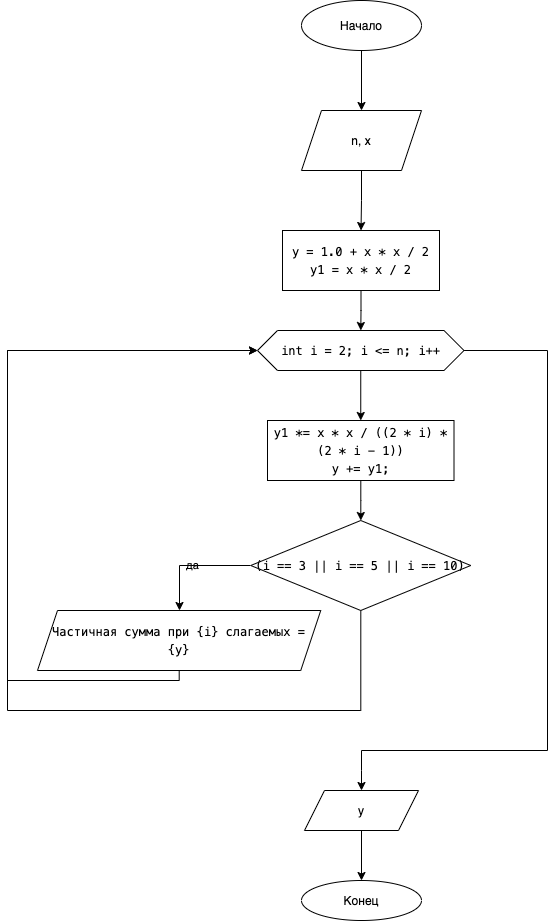
qqq-Homeworks/lab-3-PogrammingBasics keeps this draw.io diagram as scheme/scheme4.png. Above is the earlier version. Source tidied: cells renumbered, new cells last; positions are measured from the earlier drawing's top-left corner, leaving out a move shared by most shapes. Source of this version:
```xml
<mxGraphModel>
  <root>
    <mxCell id="0" />
    <mxCell id="1" parent="0" />
    <mxCell id="2" style="edgeStyle=orthogonalEdgeStyle;rounded=0;jettySize=auto;html=1;labelBackgroundColor=none;" parent="1" edge="1" source="3" target="5">
      <mxGeometry relative="1" as="geometry" />
    </mxCell>
    <mxCell id="3" value="Начало" style="ellipse;whiteSpace=wrap;html=1;labelBackgroundColor=none;" parent="1" vertex="1">
      <mxGeometry x="294" width="120" height="50" as="geometry" />
    </mxCell>
    <mxCell id="4" style="edgeStyle=orthogonalEdgeStyle;rounded=0;jettySize=auto;html=1;labelBackgroundColor=none;" parent="1" edge="1" source="5" target="7">
      <mxGeometry relative="1" as="geometry" />
    </mxCell>
    <mxCell id="5" value="n, x" style="shape=parallelogram;perimeter=parallelogramPerimeter;whiteSpace=wrap;html=1;fixedSize=1;labelBackgroundColor=none;" parent="1" vertex="1">
      <mxGeometry x="294" y="110" width="120" height="60" as="geometry" />
    </mxCell>
    <mxCell id="6" style="edgeStyle=orthogonalEdgeStyle;rounded=0;jettySize=auto;html=1;labelBackgroundColor=none;" parent="1" edge="1" source="7" target="10">
      <mxGeometry relative="1" as="geometry" />
    </mxCell>
    <mxCell id="7" value="&lt;div style=&quot;font-family: menlo, monaco, &amp;quot;courier new&amp;quot;, monospace; font-weight: normal; font-size: 12px; line-height: 18px;&quot;&gt;&lt;div&gt;&lt;span style=&quot;&quot;&gt; &lt;/span&gt;&lt;span style=&quot;&quot;&gt;y&lt;/span&gt;&lt;span style=&quot;&quot;&gt; &lt;/span&gt;&lt;span style=&quot;&quot;&gt;=&lt;/span&gt;&lt;span style=&quot;&quot;&gt; &lt;/span&gt;&lt;span style=&quot;&quot;&gt;1.0&lt;/span&gt;&lt;span style=&quot;&quot;&gt; &lt;/span&gt;&lt;span style=&quot;&quot;&gt;+&lt;/span&gt;&lt;span style=&quot;&quot;&gt; &lt;/span&gt;&lt;span style=&quot;&quot;&gt;x&lt;/span&gt;&lt;span style=&quot;&quot;&gt; &lt;/span&gt;&lt;span style=&quot;&quot;&gt;*&lt;/span&gt;&lt;span style=&quot;&quot;&gt; &lt;/span&gt;&lt;span style=&quot;&quot;&gt;x&lt;/span&gt;&lt;span style=&quot;&quot;&gt; &lt;/span&gt;&lt;span style=&quot;&quot;&gt;/&lt;/span&gt;&lt;span style=&quot;&quot;&gt; &lt;/span&gt;&lt;span style=&quot;&quot;&gt;2&lt;br&gt;&lt;/span&gt;&lt;div style=&quot;font-family: &amp;quot;menlo&amp;quot; , &amp;quot;monaco&amp;quot; , &amp;quot;courier new&amp;quot; , monospace ; line-height: 18px&quot;&gt;&lt;span style=&quot;&quot;&gt;y1&lt;/span&gt; &lt;span style=&quot;&quot;&gt;=&lt;/span&gt; &lt;span style=&quot;&quot;&gt;x&lt;/span&gt; &lt;span style=&quot;&quot;&gt;*&lt;/span&gt; &lt;span style=&quot;&quot;&gt;x&lt;/span&gt; &lt;span style=&quot;&quot;&gt;/&lt;/span&gt; &lt;span style=&quot;&quot;&gt;2&lt;/span&gt;&lt;/div&gt;&lt;/div&gt;&lt;/div&gt;" style="whiteSpace=wrap;html=1;labelBackgroundColor=none;" parent="1" vertex="1">
      <mxGeometry x="275" y="230" width="157" height="60" as="geometry" />
    </mxCell>
    <mxCell id="8" style="edgeStyle=orthogonalEdgeStyle;rounded=0;jettySize=auto;html=1;labelBackgroundColor=none;" parent="1" edge="1" source="10" target="12">
      <mxGeometry relative="1" as="geometry" />
    </mxCell>
    <mxCell id="9" style="edgeStyle=orthogonalEdgeStyle;rounded=0;jettySize=auto;html=1;entryX=0.5;entryY=0;entryDx=0;entryDy=0;labelBackgroundColor=none;" parent="1" edge="1" source="10" target="19">
      <mxGeometry relative="1" as="geometry">
        <Array as="points">
          <mxPoint x="540" y="350" />
          <mxPoint x="540" y="750" />
          <mxPoint x="354" y="750" />
          <mxPoint x="354" y="770" />
        </Array>
      </mxGeometry>
    </mxCell>
    <mxCell id="10" value="&lt;meta charset=&quot;utf-8&quot;&gt;&lt;div style=&quot;font-family: menlo, monaco, &amp;quot;courier new&amp;quot;, monospace; font-weight: normal; font-size: 12px; line-height: 18px;&quot;&gt;&lt;div&gt;&lt;span style=&quot;&quot;&gt;int&lt;/span&gt;&lt;span style=&quot;&quot;&gt; &lt;/span&gt;&lt;span style=&quot;&quot;&gt;i&lt;/span&gt;&lt;span style=&quot;&quot;&gt; &lt;/span&gt;&lt;span style=&quot;&quot;&gt;=&lt;/span&gt;&lt;span style=&quot;&quot;&gt; &lt;/span&gt;&lt;span style=&quot;&quot;&gt;2&lt;/span&gt;&lt;span style=&quot;&quot;&gt;; &lt;/span&gt;&lt;span style=&quot;&quot;&gt;i&lt;/span&gt;&lt;span style=&quot;&quot;&gt; &lt;/span&gt;&lt;span style=&quot;&quot;&gt;&amp;lt;=&lt;/span&gt;&lt;span style=&quot;&quot;&gt; &lt;/span&gt;&lt;span style=&quot;&quot;&gt;n&lt;/span&gt;&lt;span style=&quot;&quot;&gt;; &lt;/span&gt;&lt;span style=&quot;&quot;&gt;i&lt;/span&gt;&lt;span style=&quot;&quot;&gt;++&lt;/span&gt;&lt;/div&gt;&lt;/div&gt;" style="shape=hexagon;perimeter=hexagonPerimeter2;whiteSpace=wrap;html=1;fixedSize=1;labelBackgroundColor=none;" parent="1" vertex="1">
      <mxGeometry x="250" y="330" width="206.5" height="40" as="geometry" />
    </mxCell>
    <mxCell id="11" style="edgeStyle=orthogonalEdgeStyle;rounded=0;jettySize=auto;html=1;labelBackgroundColor=none;" parent="1" edge="1" source="12" target="15">
      <mxGeometry relative="1" as="geometry" />
    </mxCell>
    <mxCell id="12" value="&lt;div style=&quot;font-family: menlo, monaco, &amp;quot;courier new&amp;quot;, monospace; font-weight: normal; font-size: 12px; line-height: 18px;&quot;&gt;&lt;div&gt;&lt;span style=&quot;&quot;&gt;y1&lt;/span&gt;&lt;span style=&quot;&quot;&gt; &lt;/span&gt;&lt;span style=&quot;&quot;&gt;*=&lt;/span&gt;&lt;span style=&quot;&quot;&gt; &lt;/span&gt;&lt;span style=&quot;&quot;&gt;x&lt;/span&gt;&lt;span style=&quot;&quot;&gt; &lt;/span&gt;&lt;span style=&quot;&quot;&gt;*&lt;/span&gt;&lt;span style=&quot;&quot;&gt; &lt;/span&gt;&lt;span style=&quot;&quot;&gt;x&lt;/span&gt;&lt;span style=&quot;&quot;&gt; &lt;/span&gt;&lt;span style=&quot;&quot;&gt;/&lt;/span&gt;&lt;span style=&quot;&quot;&gt; ((&lt;/span&gt;&lt;span style=&quot;&quot;&gt;2&lt;/span&gt;&lt;span style=&quot;&quot;&gt; &lt;/span&gt;&lt;span style=&quot;&quot;&gt;*&lt;/span&gt;&lt;span style=&quot;&quot;&gt; &lt;/span&gt;&lt;span style=&quot;&quot;&gt;i&lt;/span&gt;&lt;span style=&quot;&quot;&gt;) &lt;/span&gt;&lt;span style=&quot;&quot;&gt;*&lt;/span&gt;&lt;span style=&quot;&quot;&gt; (&lt;/span&gt;&lt;span style=&quot;&quot;&gt;2&lt;/span&gt;&lt;span style=&quot;&quot;&gt; &lt;/span&gt;&lt;span style=&quot;&quot;&gt;*&lt;/span&gt;&lt;span style=&quot;&quot;&gt; &lt;/span&gt;&lt;span style=&quot;&quot;&gt;i&lt;/span&gt;&lt;span style=&quot;&quot;&gt; &lt;/span&gt;&lt;span style=&quot;&quot;&gt;-&lt;/span&gt;&lt;span style=&quot;&quot;&gt; &lt;/span&gt;&lt;span style=&quot;&quot;&gt;1&lt;/span&gt;&lt;span style=&quot;&quot;&gt;))&lt;br&gt;&lt;/span&gt;&lt;div style=&quot;font-family: &amp;quot;menlo&amp;quot; , &amp;quot;monaco&amp;quot; , &amp;quot;courier new&amp;quot; , monospace ; line-height: 18px&quot;&gt;&lt;span style=&quot;&quot;&gt;y&lt;/span&gt; &lt;span style=&quot;&quot;&gt;+=&lt;/span&gt; &lt;span style=&quot;&quot;&gt;y1&lt;/span&gt;;&lt;/div&gt;&lt;/div&gt;&lt;/div&gt;" style="whiteSpace=wrap;html=1;labelBackgroundColor=none;" parent="1" vertex="1">
      <mxGeometry x="260" y="420" width="186.5" height="60" as="geometry" />
    </mxCell>
    <mxCell id="13" value="да" style="edgeStyle=orthogonalEdgeStyle;rounded=0;jettySize=auto;html=1;labelBackgroundColor=none;" parent="1" edge="1" source="15" target="17">
      <mxGeometry relative="1" as="geometry">
        <Array as="points">
          <mxPoint x="172" y="565" />
        </Array>
      </mxGeometry>
    </mxCell>
    <mxCell id="14" style="edgeStyle=orthogonalEdgeStyle;rounded=0;jettySize=auto;html=1;labelBackgroundColor=none;" parent="1" edge="1" source="15">
      <mxGeometry relative="1" as="geometry">
        <mxPoint x="250" y="350" as="targetPoint" />
        <Array as="points">
          <mxPoint x="353" y="710" />
          <mxPoint y="710" />
          <mxPoint y="350" />
        </Array>
      </mxGeometry>
    </mxCell>
    <mxCell id="15" value="&lt;meta charset=&quot;utf-8&quot;&gt;&lt;div style=&quot;font-family: menlo, monaco, &amp;quot;courier new&amp;quot;, monospace; font-weight: normal; font-size: 12px; line-height: 18px;&quot;&gt;&lt;div&gt;&lt;span style=&quot;&quot;&gt;(&lt;/span&gt;&lt;span style=&quot;&quot;&gt;i&lt;/span&gt;&lt;span style=&quot;&quot;&gt; &lt;/span&gt;&lt;span style=&quot;&quot;&gt;==&lt;/span&gt;&lt;span style=&quot;&quot;&gt; &lt;/span&gt;&lt;span style=&quot;&quot;&gt;3&lt;/span&gt;&lt;span style=&quot;&quot;&gt; &lt;/span&gt;&lt;span style=&quot;&quot;&gt;||&lt;/span&gt;&lt;span style=&quot;&quot;&gt; &lt;/span&gt;&lt;span style=&quot;&quot;&gt;i&lt;/span&gt;&lt;span style=&quot;&quot;&gt; &lt;/span&gt;&lt;span style=&quot;&quot;&gt;==&lt;/span&gt;&lt;span style=&quot;&quot;&gt; &lt;/span&gt;&lt;span style=&quot;&quot;&gt;5&lt;/span&gt;&lt;span style=&quot;&quot;&gt; &lt;/span&gt;&lt;span style=&quot;&quot;&gt;||&lt;/span&gt;&lt;span style=&quot;&quot;&gt; &lt;/span&gt;&lt;span style=&quot;&quot;&gt;i&lt;/span&gt;&lt;span style=&quot;&quot;&gt; &lt;/span&gt;&lt;span style=&quot;&quot;&gt;==&lt;/span&gt;&lt;span style=&quot;&quot;&gt; &lt;/span&gt;&lt;span style=&quot;&quot;&gt;10&lt;/span&gt;&lt;span style=&quot;&quot;&gt;)&lt;/span&gt;&lt;/div&gt;&lt;/div&gt;" style="rhombus;whiteSpace=wrap;html=1;labelBackgroundColor=none;" parent="1" vertex="1">
      <mxGeometry x="243.2" y="520" width="220" height="90" as="geometry" />
    </mxCell>
    <mxCell id="16" style="edgeStyle=orthogonalEdgeStyle;rounded=0;jettySize=auto;html=1;entryX=0;entryY=0.5;entryDx=0;entryDy=0;labelBackgroundColor=none;" parent="1" edge="1" source="17" target="10">
      <mxGeometry relative="1" as="geometry">
        <Array as="points">
          <mxPoint x="172" y="680" />
          <mxPoint y="680" />
          <mxPoint y="350" />
        </Array>
      </mxGeometry>
    </mxCell>
    <mxCell id="17" value="&lt;div style=&quot;font-family: menlo, monaco, &amp;quot;courier new&amp;quot;, monospace; font-weight: normal; font-size: 12px; line-height: 18px;&quot;&gt;&lt;div&gt;&lt;span style=&quot;&quot;&gt;Частичная сумма при {i}&lt;/span&gt;&lt;span style=&quot;&quot;&gt;&amp;nbsp;слагаемых = {y}&lt;/span&gt;&lt;/div&gt;&lt;/div&gt;" style="shape=parallelogram;perimeter=parallelogramPerimeter;whiteSpace=wrap;html=1;fixedSize=1;labelBackgroundColor=none;" parent="1" vertex="1">
      <mxGeometry x="30" y="610" width="283.2" height="60" as="geometry" />
    </mxCell>
    <mxCell id="18" style="edgeStyle=orthogonalEdgeStyle;rounded=0;jettySize=auto;html=1;labelBackgroundColor=none;" parent="1" edge="1" source="19" target="20">
      <mxGeometry relative="1" as="geometry" />
    </mxCell>
    <mxCell id="19" value="y" style="shape=parallelogram;perimeter=parallelogramPerimeter;whiteSpace=wrap;html=1;fixedSize=1;labelBackgroundColor=none;" parent="1" vertex="1">
      <mxGeometry x="297" y="790" width="114" height="40" as="geometry" />
    </mxCell>
    <mxCell id="20" value="Конец" style="ellipse;whiteSpace=wrap;html=1;labelBackgroundColor=none;" parent="1" vertex="1">
      <mxGeometry x="294" y="880" width="120" height="40" as="geometry" />
    </mxCell>
  </root>
</mxGraphModel>
```
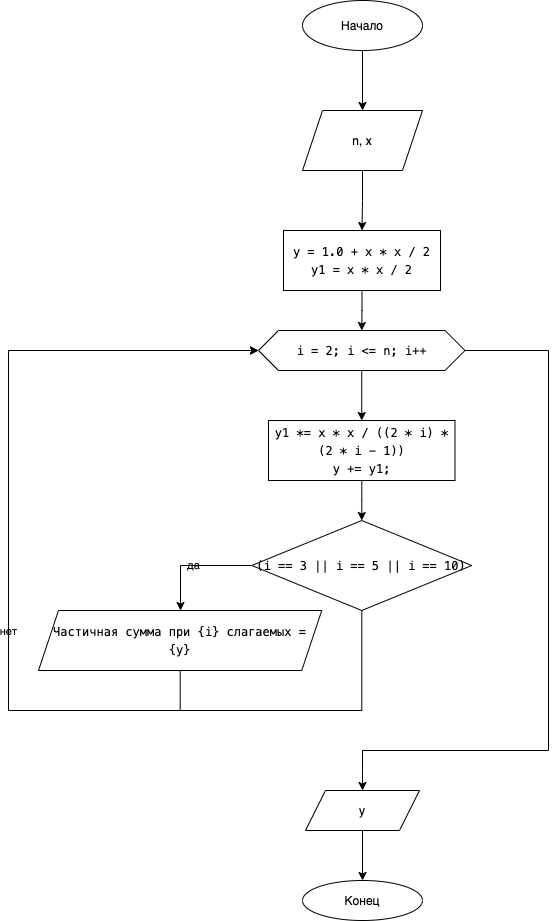
The same diagram one commit later.

Change to the diagram source:
```diff
@@ -33,7 +33,7 @@
         </Array>
       </mxGeometry>
     </mxCell>
-    <mxCell id="10" value="&lt;meta charset=&quot;utf-8&quot;&gt;&lt;div style=&quot;font-family: menlo, monaco, &amp;quot;courier new&amp;quot;, monospace; font-weight: normal; font-size: 12px; line-height: 18px;&quot;&gt;&lt;div&gt;&lt;span style=&quot;&quot;&gt;int&lt;/span&gt;&lt;span style=&quot;&quot;&gt; &lt;/span&gt;&lt;span style=&quot;&quot;&gt;i&lt;/span&gt;&lt;span style=&quot;&quot;&gt; &lt;/span&gt;&lt;span style=&quot;&quot;&gt;=&lt;/span&gt;&lt;span style=&quot;&quot;&gt; &lt;/span&gt;&lt;span style=&quot;&quot;&gt;2&lt;/span&gt;&lt;span style=&quot;&quot;&gt;; &lt;/span&gt;&lt;span style=&quot;&quot;&gt;i&lt;/span&gt;&lt;span style=&quot;&quot;&gt; &lt;/span&gt;&lt;span style=&quot;&quot;&gt;&amp;lt;=&lt;/span&gt;&lt;span style=&quot;&quot;&gt; &lt;/span&gt;&lt;span style=&quot;&quot;&gt;n&lt;/span&gt;&lt;span style=&quot;&quot;&gt;; &lt;/span&gt;&lt;span style=&quot;&quot;&gt;i&lt;/span&gt;&lt;span style=&quot;&quot;&gt;++&lt;/span&gt;&lt;/div&gt;&lt;/div&gt;" style="shape=hexagon;perimeter=hexagonPerimeter2;whiteSpace=wrap;html=1;fixedSize=1;labelBackgroundColor=none;" parent="1" vertex="1">
+    <mxCell id="10" value="&lt;div style=&quot;font-family: &amp;#34;menlo&amp;#34; , &amp;#34;monaco&amp;#34; , &amp;#34;courier new&amp;#34; , monospace ; font-weight: normal ; font-size: 12px ; line-height: 18px&quot;&gt;&lt;div&gt;&lt;span&gt;i&lt;/span&gt;&lt;span&gt; &lt;/span&gt;&lt;span&gt;=&lt;/span&gt;&lt;span&gt; &lt;/span&gt;&lt;span&gt;2&lt;/span&gt;&lt;span&gt;; &lt;/span&gt;&lt;span&gt;i&lt;/span&gt;&lt;span&gt; &lt;/span&gt;&lt;span&gt;&amp;lt;=&lt;/span&gt;&lt;span&gt; &lt;/span&gt;&lt;span&gt;n&lt;/span&gt;&lt;span&gt;; &lt;/span&gt;&lt;span&gt;i&lt;/span&gt;&lt;span&gt;++&lt;/span&gt;&lt;/div&gt;&lt;/div&gt;" style="shape=hexagon;perimeter=hexagonPerimeter2;whiteSpace=wrap;html=1;fixedSize=1;labelBackgroundColor=none;" parent="1" vertex="1">
       <mxGeometry x="250" y="330" width="206.5" height="40" as="geometry" />
     </mxCell>
     <mxCell id="11" style="edgeStyle=orthogonalEdgeStyle;rounded=0;jettySize=auto;html=1;labelBackgroundColor=none;" parent="1" edge="1" source="12" target="15">
@@ -49,7 +49,7 @@
         </Array>
       </mxGeometry>
     </mxCell>
-    <mxCell id="14" style="edgeStyle=orthogonalEdgeStyle;rounded=0;jettySize=auto;html=1;labelBackgroundColor=none;" parent="1" edge="1" source="15">
+    <mxCell id="14" value="нет" style="edgeStyle=orthogonalEdgeStyle;rounded=0;jettySize=auto;html=1;labelBackgroundColor=none;" parent="1" edge="1" source="15">
       <mxGeometry relative="1" as="geometry">
         <mxPoint x="250" y="350" as="targetPoint" />
         <Array as="points">
@@ -65,8 +65,8 @@
     <mxCell id="16" style="edgeStyle=orthogonalEdgeStyle;rounded=0;jettySize=auto;html=1;entryX=0;entryY=0.5;entryDx=0;entryDy=0;labelBackgroundColor=none;" parent="1" edge="1" source="17" target="10">
       <mxGeometry relative="1" as="geometry">
         <Array as="points">
-          <mxPoint x="172" y="680" />
-          <mxPoint y="680" />
+          <mxPoint x="172" y="710" />
+          <mxPoint y="710" />
           <mxPoint y="350" />
         </Array>
       </mxGeometry>
```
